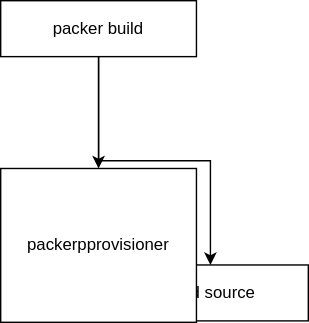
Above: design-diagrams.drawio.svg in timblaktu/packtory (draw.io), before the change. Source tidied: cells renumbered, new cells last; positions are measured from the earlier drawing's top-left corner, leaving out a move shared by most shapes.
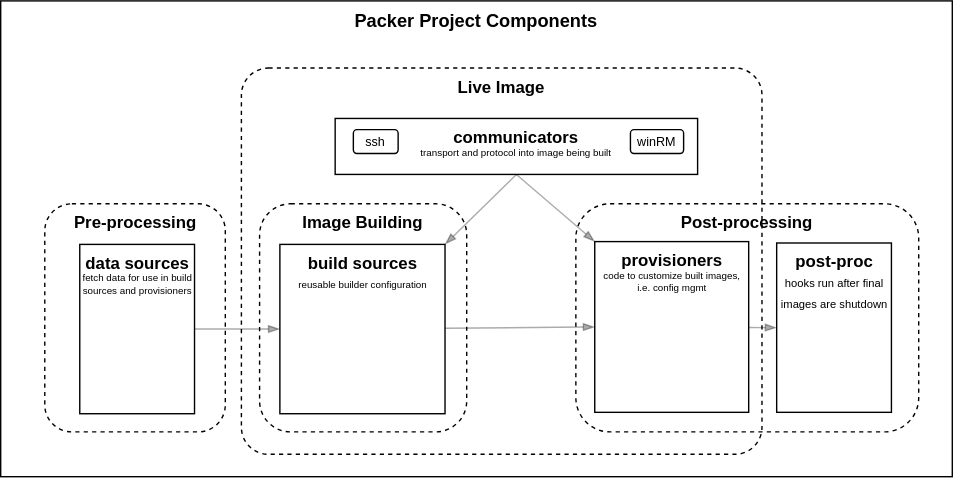
After the change.

Diff of the diagram source:
```diff
@@ -2,20 +2,56 @@
   <root>
     <mxCell id="0" />
     <mxCell id="1" parent="0" />
-    <mxCell id="2" style="edgeStyle=orthogonalEdgeStyle;rounded=0;jettySize=auto;html=1;" parent="1" edge="1" source="4" target="5">
-      <mxGeometry relative="1" as="geometry" />
-    </mxCell>
-    <mxCell id="3" style="edgeStyle=orthogonalEdgeStyle;rounded=0;jettySize=auto;html=1;" parent="1" edge="1" source="4" target="6">
-      <mxGeometry relative="1" as="geometry" />
-    </mxCell>
-    <mxCell id="4" value="packer build" style="rounded=0;whiteSpace=wrap;html=1;" parent="1" vertex="1">
-      <mxGeometry width="140" height="40" as="geometry" />
+    <mxCell id="4" value="&lt;b&gt;&lt;font style=&quot;font-size: 13px;&quot;&gt;Packer Project Components&lt;/font&gt;&lt;/b&gt;" style="rounded=0;whiteSpace=wrap;html=1;verticalAlign=top;" parent="1" vertex="1">
+      <mxGeometry x="-46" y="-77" width="680" height="340" as="geometry" />
     </mxCell>
+    <mxCell id="7" style="edgeStyle=none;rounded=0;jettySize=auto;html=1;entryX=0;entryY=0.5;entryDx=0;entryDy=0;fontSize=7;endArrow=blockThin;endFill=1;opacity=33;" parent="1" edge="1" source="5" target="6">
+      <mxGeometry relative="1" as="geometry" />
+    </mxCell>
-    <mxCell id="5" value="build source" style="rounded=0;whiteSpace=wrap;html=1;" parent="1" vertex="1">
-      <mxGeometry x="80" y="189" width="140" height="40" as="geometry" />
+    <mxCell id="5" value="&lt;b&gt;build sources&lt;/b&gt;&lt;font style=&quot;font-size: 8px;&quot;&gt;&lt;br&gt;&lt;/font&gt;&lt;font style=&quot;font-size: 7px;&quot;&gt;reusable builder configuration &lt;/font&gt;" style="rounded=0;whiteSpace=wrap;html=1;verticalAlign=top;" parent="1" vertex="1">
+      <mxGeometry x="153.5" y="97" width="118" height="121" as="geometry" />
     </mxCell>
+    <mxCell id="8" style="edgeStyle=none;rounded=0;jettySize=auto;html=1;entryX=0;entryY=0.5;entryDx=0;entryDy=0;fontSize=7;endArrow=blockThin;endFill=1;opacity=33;" parent="1" edge="1" source="6" target="11">
+      <mxGeometry relative="1" as="geometry" />
+    </mxCell>
-    <mxCell id="6" value="packerpprovisioner" style="rounded=0;whiteSpace=wrap;html=1;" parent="1" vertex="1">
-      <mxGeometry y="120" width="140" height="110" as="geometry" />
+    <mxCell id="6" value="&lt;div&gt;&lt;b&gt;provisioners&lt;/b&gt;&lt;font style=&quot;font-size: 8px;&quot;&gt;&lt;font style=&quot;font-size: 8px;&quot;&gt;&lt;br&gt;&lt;/font&gt;&lt;/font&gt;&lt;/div&gt;&lt;div style=&quot;font-size: 7px;&quot;&gt;&lt;font style=&quot;font-size: 7px;&quot;&gt;&lt;font style=&quot;font-size: 7px;&quot;&gt;code to customize built images, i.e. config mgmt&lt;br&gt;&lt;/font&gt;&lt;/font&gt;&lt;/div&gt;" style="rounded=0;whiteSpace=wrap;html=1;verticalAlign=top;" parent="1" vertex="1">
+      <mxGeometry x="378.5" y="95" width="110" height="122" as="geometry" />
     </mxCell>
+    <mxCell id="9" style="edgeStyle=none;rounded=0;jettySize=auto;html=1;entryX=0;entryY=0.5;entryDx=0;entryDy=0;fontSize=7;endArrow=blockThin;endFill=1;opacity=33;" parent="1" edge="1" source="10" target="5">
+      <mxGeometry relative="1" as="geometry" />
+    </mxCell>
+    <mxCell id="10" value="&lt;div&gt;&lt;b&gt;data sources&lt;/b&gt;&lt;font style=&quot;font-size: 8px;&quot;&gt;&lt;br&gt;&lt;/font&gt;&lt;/div&gt;&lt;div style=&quot;font-size: 7px;&quot;&gt;&lt;font style=&quot;font-size: 7px;&quot;&gt;fetch data for use in build sources and provisioners&lt;br&gt;&lt;/font&gt;&lt;/div&gt;" style="rounded=0;whiteSpace=wrap;html=1;verticalAlign=top;" parent="1" vertex="1">
+      <mxGeometry x="10.5" y="97" width="82" height="121" as="geometry" />
+    </mxCell>
+    <mxCell id="11" value="&lt;div&gt;&lt;b&gt;post-proc&lt;/b&gt;&lt;font style=&quot;font-size: 8px;&quot;&gt;&lt;br&gt;&lt;/font&gt;&lt;/div&gt;&lt;div&gt;&lt;font style=&quot;font-size: 8px;&quot;&gt;hooks run after final images are shutdown&lt;br&gt;&lt;/font&gt;&lt;/div&gt;" style="rounded=0;whiteSpace=wrap;html=1;verticalAlign=top;" parent="1" vertex="1">
+      <mxGeometry x="508.5" y="96" width="82" height="121" as="geometry" />
+    </mxCell>
+    <mxCell id="12" value="&lt;div&gt;&lt;b&gt;communicators&lt;/b&gt;&lt;font style=&quot;font-size: 8px;&quot;&gt;&lt;br&gt;&lt;/font&gt;&lt;/div&gt;&lt;div style=&quot;font-size: 7px;&quot;&gt;&lt;font style=&quot;font-size: 7px;&quot;&gt;transport and protocol into image being built&lt;br&gt;&lt;/font&gt;&lt;/div&gt;" style="rounded=0;whiteSpace=wrap;html=1;verticalAlign=top;" parent="1" vertex="1">
+      <mxGeometry x="193" y="7" width="259" height="40" as="geometry" />
+    </mxCell>
+    <mxCell id="13" value="&lt;font style=&quot;font-size: 9px;&quot;&gt;ssh&lt;/font&gt;" style="rounded=1;whiteSpace=wrap;html=1;fontSize=9;" parent="1" vertex="1">
+      <mxGeometry x="206" y="15" width="32" height="17" as="geometry" />
+    </mxCell>
+    <mxCell id="14" value="winRM" style="rounded=1;whiteSpace=wrap;html=1;fontSize=9;" parent="1" vertex="1">
+      <mxGeometry x="404" y="15" width="38" height="17" as="geometry" />
+    </mxCell>
+    <mxCell id="15" value="Pre-processing" style="rounded=1;whiteSpace=wrap;html=1;fontSize=12;fillColor=none;dashed=1;verticalAlign=top;fontStyle=1;" parent="1" vertex="1">
+      <mxGeometry x="-14.5" y="68" width="129" height="163" as="geometry" />
+    </mxCell>
+    <mxCell id="16" value="Post-processing" style="rounded=1;whiteSpace=wrap;html=1;fontSize=12;fillColor=none;dashed=1;verticalAlign=top;fontStyle=1;" parent="1" vertex="1">
+      <mxGeometry x="365" y="68" width="245" height="163" as="geometry" />
+    </mxCell>
+    <mxCell id="17" value="Image Building" style="rounded=1;whiteSpace=wrap;html=1;fontSize=12;fillColor=none;dashed=1;verticalAlign=top;fontStyle=1;" parent="1" vertex="1">
+      <mxGeometry x="139" y="68" width="148" height="163" as="geometry" />
+    </mxCell>
+    <mxCell id="18" value="Live Image" style="rounded=1;whiteSpace=wrap;html=1;fontSize=12;fillColor=none;dashed=1;verticalAlign=top;fontStyle=1;arcSize=7;" parent="1" vertex="1">
+      <mxGeometry x="126" y="-29" width="372" height="276" as="geometry" />
+    </mxCell>
+    <mxCell id="19" style="edgeStyle=none;rounded=0;jettySize=auto;html=1;entryX=1;entryY=0;entryDx=0;entryDy=0;fontSize=7;endArrow=blockThin;endFill=1;opacity=33;exitX=0.5;exitY=1;exitDx=0;exitDy=0;" parent="1" edge="1" source="12" target="5">
+      <mxGeometry relative="1" as="geometry" />
+    </mxCell>
+    <mxCell id="20" style="edgeStyle=none;rounded=0;jettySize=auto;html=1;fontSize=7;endArrow=blockThin;endFill=1;opacity=33;exitX=0.5;exitY=1;exitDx=0;exitDy=0;entryX=0;entryY=0;entryDx=0;entryDy=0;" parent="1" edge="1" source="12" target="6">
+      <mxGeometry relative="1" as="geometry" />
+    </mxCell>
   </root>
 </mxGraphModel>
```
